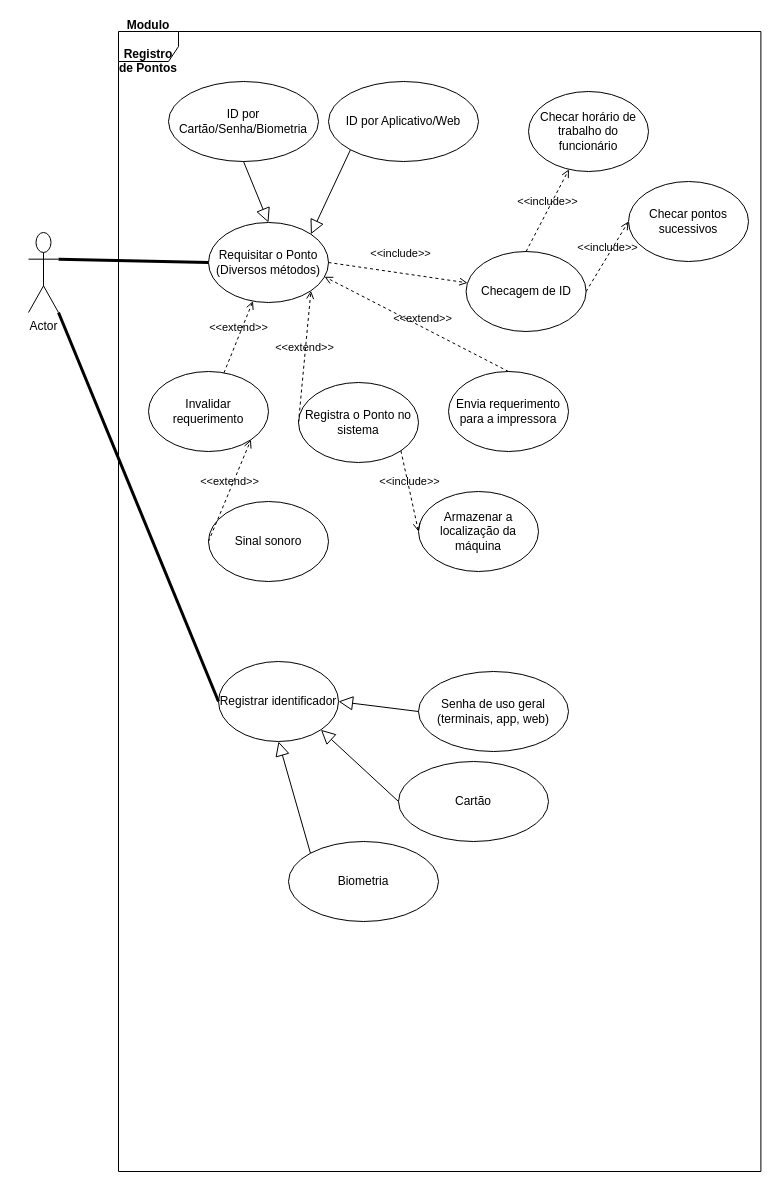
Earlier version of the draw.io diagram DiagramasUML/case-ModuloRegistroPonto.drawio (marcelo-schaefer/senior-proway-controle-ponto). Source tidied: cells renumbered, new cells numbered last; positions are measured from the earlier drawing's top-left corner, leaving out a move shared by most shapes. Both pictures are drawn from the tidied source at 100%, with x=0, y=0 at pixel (28, 31).
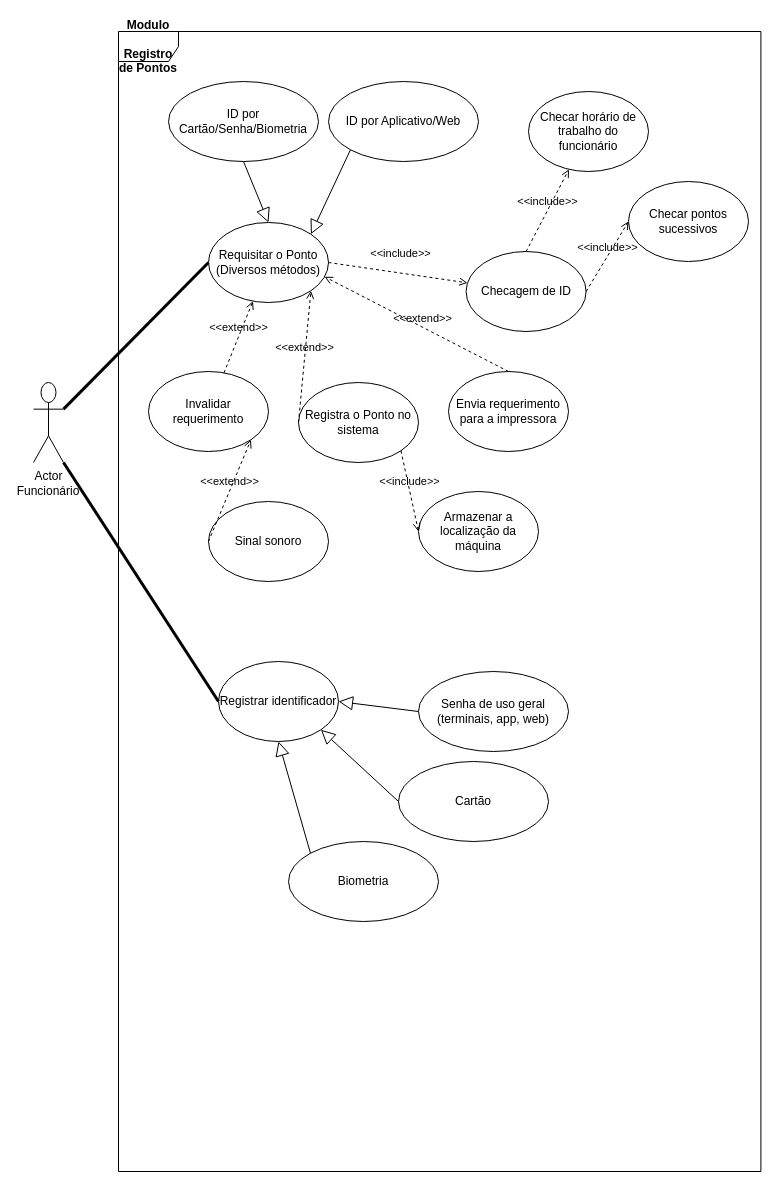
The same page after the edit.

Commit message (it also covers changes not shown here):
inserido o nome para o ator funcionário no diagrama

What changed in the source:
```diff
@@
     <mxCell id="3" value="Actor" style="shape=umlActor;verticalLabelPosition=bottom;verticalAlign=top;html=1;outlineConnect=0;" parent="1" vertex="1">
-      <mxGeometry y="201" width="30" height="80" as="geometry" />
+      <mxGeometry x="5" y="351" width="30" height="80" as="geometry" />
     </mxCell>
@@
+    <mxCell id="34" value="Funcionário" style="text;html=1;strokeColor=none;fillColor=none;align=center;verticalAlign=middle;whiteSpace=wrap;rounded=0;" parent="1" vertex="1">
+      <mxGeometry y="450" width="40" height="20" as="geometry" />
+    </mxCell>
```
